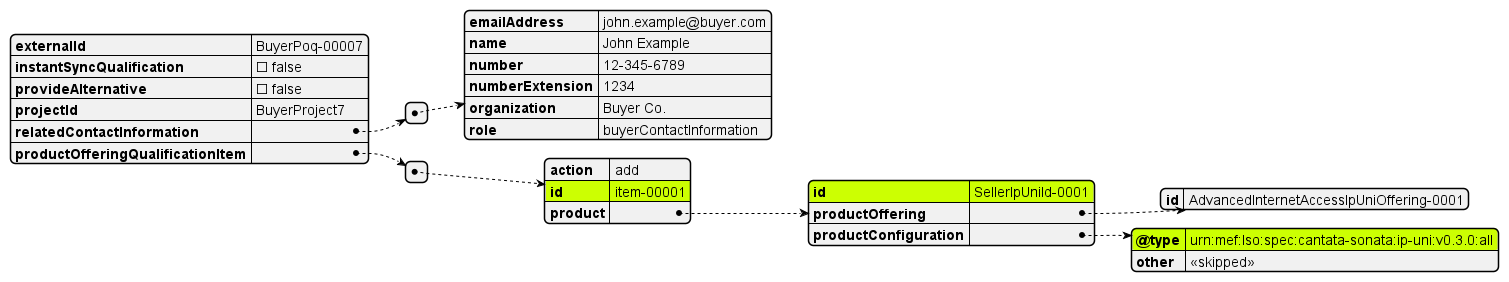
This is documentation/productSchema/ip/internetAccess/MEF 139 resources/media/useCases/uc7POQ.png from MEF-GIT/MEF-LSO-Sonata-SDK, a PlantUML export, as it was before one commit.
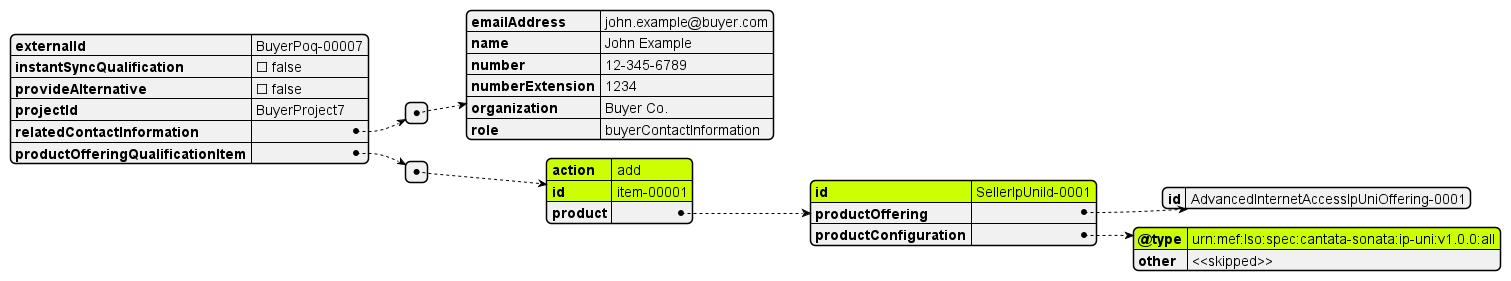
After the change.

The edit, as a diff of the source:
```diff
@@ -2,6 +2,7 @@
 
 
 #highlight "productOfferingQualificationItem" / "0" / "id"
+#highlight "productOfferingQualificationItem" / "0" / "action"
 #highlight "productOfferingQualificationItem" / "0" / "product" / "id"
 #highlight "productOfferingQualificationItem" / "0" / "product" / "productConfiguration" / "@type"
 
@@ -31,7 +32,7 @@
           "id": "AdvancedInternetAccessIpUniOffering-0001"
         },
         "productConfiguration": {
-          "@type": "urn:mef:lso:spec:cantata-sonata:ip-uni:v0.3.0:all",
+          "@type": "urn:mef:lso:spec:cantata-sonata:ip-uni:v1.0.0:all",
           "other": "<<skipped>>"
         }
       }
```
